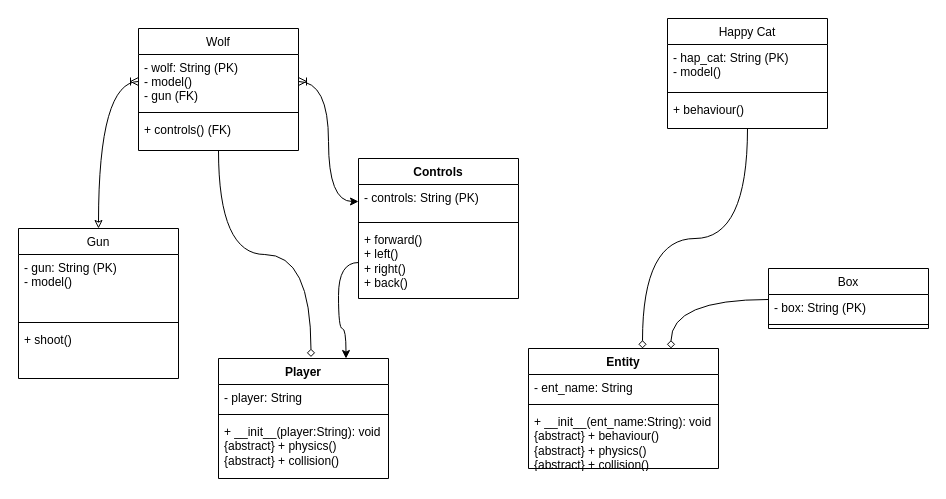
The draw.io diagram at1/Wolf+Cat.drawio in Cha0ticDawn/at1, before the edit. Source tidied: cells renumbered, new cells numbered last; positions are measured from the earlier drawing's top-left corner, leaving out a move shared by most shapes. Both pictures are drawn from the tidied source at 100%, with x=0, y=0 at pixel (18, 18).
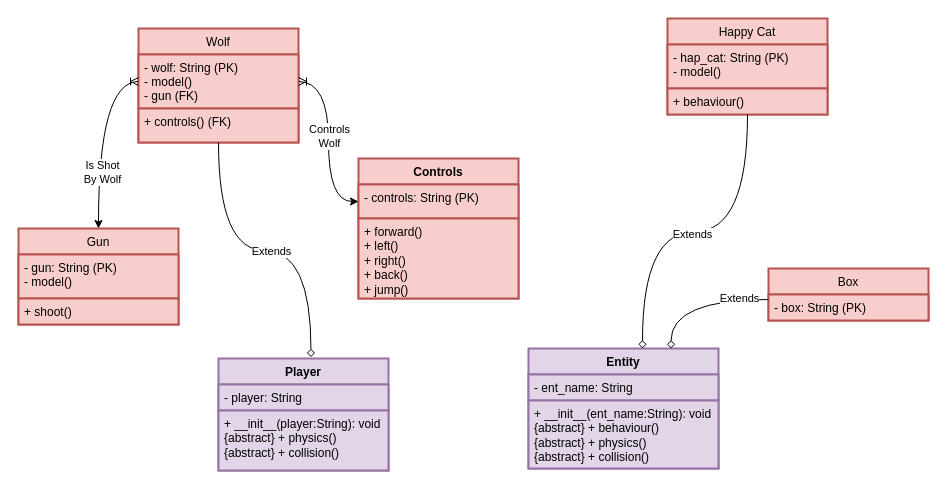
After the change.

The change refers to these unchanged cells:
```xml
<mxCell id="26" style="edgeStyle=orthogonalEdgeStyle;rounded=0;jettySize=auto;html=1;exitX=0.5;exitY=1;exitDx=0;exitDy=0;curved=1;endArrow=diamond;endFill=0;entryX=0.544;entryY=-0.012;entryDx=0;entryDy=0;entryPerimeter=0;" parent="1" edge="1" source="2" target="13">
  <mxGeometry relative="1" as="geometry" />
</mxCell>
<mxCell id="28" style="edgeStyle=orthogonalEdgeStyle;rounded=0;jettySize=auto;html=1;exitX=0;exitY=0.192;exitDx=0;exitDy=0;entryX=0.75;entryY=0;entryDx=0;entryDy=0;endArrow=diamond;endFill=0;curved=1;exitPerimeter=0;" parent="1" edge="1" source="7" target="17">
  <mxGeometry relative="1" as="geometry" />
</mxCell>
<mxCell id="34" style="edgeStyle=orthogonalEdgeStyle;rounded=0;jettySize=auto;html=1;exitX=0;exitY=0.5;exitDx=0;exitDy=0;entryX=1;entryY=0.5;entryDx=0;entryDy=0;endArrow=ERoneToMany;endFill=0;curved=1;startArrow=classic;startFill=1;" parent="1" edge="1" source="30" target="3">
  <mxGeometry relative="1" as="geometry" />
</mxCell>
```

The edit, as a diff of the source:
```diff
@@
-    <mxCell id="2" value="Wolf" style="swimlane;fontStyle=0;align=center;verticalAlign=top;horizontal=1;startSize=26;rounded=0;shadow=0;strokeWidth=1;" parent="1" vertex="1">
-      <mxGeometry x="120" y="10" width="160" height="122" as="geometry" />
+    <mxCell id="2" value="Wolf" style="swimlane;fontStyle=0;align=center;verticalAlign=top;horizontal=1;startSize=26;rounded=0;shadow=0;strokeWidth=2;fillColor=#f8cecc;strokeColor=#b85450;" parent="1" vertex="1">
+      <mxGeometry x="120" y="10" width="160" height="114" as="geometry" />
     </mxCell>
-    <mxCell id="3" value="- wolf: String (PK)&#10;- model()&#10;- gun (FK)" style="text;align=left;verticalAlign=top;spacingLeft=4;spacingRight=4;overflow=hidden;points=[[0,0.5],[1,0.5]];portConstraint=eastwest;" parent="2" vertex="1">
+    <mxCell id="3" value="- wolf: String (PK)&#10;- model()&#10;- gun (FK)" style="text;align=left;verticalAlign=top;spacingLeft=4;spacingRight=4;overflow=hidden;points=[[0,0.5],[1,0.5]];portConstraint=eastwest;fillColor=#f8cecc;strokeColor=#b85450;strokeWidth=2;" parent="2" vertex="1">
       <mxGeometry y="26" width="160" height="54" as="geometry" />
     </mxCell>
-    <mxCell id="4" style="line;html=1;strokeWidth=1;align=left;verticalAlign=middle;spacingTop=-1;spacingLeft=3;spacingRight=3;labelPosition=right;" parent="2" vertex="1">
-      <mxGeometry y="80" width="160" height="8" as="geometry" />
-    </mxCell>
-    <mxCell id="5" value="+ controls() (FK)" style="text;align=left;verticalAlign=top;spacingLeft=4;spacingRight=4;overflow=hidden;" parent="2" vertex="1">
-      <mxGeometry y="88" width="160" height="34" as="geometry" />
+    <mxCell id="5" value="+ controls() (FK)" style="text;align=left;verticalAlign=top;spacingLeft=4;spacingRight=4;overflow=hidden;fillColor=#f8cecc;strokeColor=#b85450;strokeWidth=2;" parent="2" vertex="1">
+      <mxGeometry y="80" width="160" height="34" as="geometry" />
     </mxCell>
-    <mxCell id="6" value="Box" style="swimlane;fontStyle=0;align=center;verticalAlign=top;horizontal=1;startSize=26;rounded=0;shadow=0;strokeWidth=1;" parent="1" vertex="1">
-      <mxGeometry x="750" y="250" width="160" height="60" as="geometry" />
+    <mxCell id="6" value="Box" style="swimlane;fontStyle=0;align=center;verticalAlign=top;horizontal=1;startSize=26;rounded=0;shadow=0;strokeWidth=2;fillColor=#f8cecc;strokeColor=#b85450;" parent="1" vertex="1">
+      <mxGeometry x="750" y="250" width="160" height="52" as="geometry" />
     </mxCell>
-    <mxCell id="7" value="- box: String (PK)" style="text;align=left;verticalAlign=top;spacingLeft=4;spacingRight=4;overflow=hidden;points=[[0,0.5],[1,0.5]];portConstraint=eastwest;" parent="6" vertex="1">
+    <mxCell id="7" value="- box: String (PK)" style="text;align=left;verticalAlign=top;spacingLeft=4;spacingRight=4;overflow=hidden;points=[[0,0.5],[1,0.5]];portConstraint=eastwest;fillColor=#f8cecc;strokeColor=#b85450;strokeWidth=2;" parent="6" vertex="1">
       <mxGeometry y="26" width="160" height="26" as="geometry" />
     </mxCell>
-    <mxCell id="8" style="line;html=1;strokeWidth=1;align=left;verticalAlign=middle;spacingTop=-1;spacingLeft=3;spacingRight=3;labelPosition=right;" parent="6" vertex="1">
-      <mxGeometry y="52" width="160" height="8" as="geometry" />
-    </mxCell>
-    <mxCell id="9" value="Happy Cat" style="swimlane;fontStyle=0;align=center;verticalAlign=top;horizontal=1;startSize=26;rounded=0;shadow=0;strokeWidth=1;" parent="1" vertex="1">
-      <mxGeometry x="649" width="160" height="110" as="geometry" />
+    <mxCell id="9" value="Happy Cat" style="swimlane;fontStyle=0;align=center;verticalAlign=top;horizontal=1;startSize=26;rounded=0;shadow=0;strokeWidth=2;fillColor=#f8cecc;strokeColor=#b85450;" parent="1" vertex="1">
+      <mxGeometry x="649" width="160" height="96" as="geometry" />
     </mxCell>
-    <mxCell id="10" value="- hap_cat: String (PK)&#10;- model()" style="text;align=left;verticalAlign=top;spacingLeft=4;spacingRight=4;overflow=hidden;" parent="9" vertex="1">
+    <mxCell id="10" value="- hap_cat: String (PK)&#10;- model()" style="text;align=left;verticalAlign=top;spacingLeft=4;spacingRight=4;overflow=hidden;fillColor=#f8cecc;strokeColor=#b85450;strokeWidth=2;" parent="9" vertex="1">
       <mxGeometry y="26" width="160" height="44" as="geometry" />
     </mxCell>
-    <mxCell id="11" style="line;html=1;strokeWidth=1;align=left;verticalAlign=middle;spacingTop=-1;spacingLeft=3;spacingRight=3;labelPosition=right;" parent="9" vertex="1">
-      <mxGeometry y="70" width="160" height="8" as="geometry" />
-    </mxCell>
-    <mxCell id="12" value="+ behaviour()" style="text;align=left;verticalAlign=top;spacingLeft=4;spacingRight=4;overflow=hidden;" parent="9" vertex="1">
-      <mxGeometry y="78" width="160" height="26" as="geometry" />
+    <mxCell id="12" value="+ behaviour()" style="text;align=left;verticalAlign=top;spacingLeft=4;spacingRight=4;overflow=hidden;fillColor=#f8cecc;strokeColor=#b85450;strokeWidth=2;" parent="9" vertex="1">
+      <mxGeometry y="70" width="160" height="26" as="geometry" />
     </mxCell>
-    <mxCell id="13" value="Player" style="swimlane;fontStyle=1;align=center;verticalAlign=top;horizontal=1;startSize=26;whiteSpace=wrap;html=1;" parent="1" vertex="1">
-      <mxGeometry x="200" y="340" width="170" height="120" as="geometry" />
+    <mxCell id="13" value="Player" style="swimlane;fontStyle=1;align=center;verticalAlign=top;horizontal=1;startSize=26;whiteSpace=wrap;html=1;swimlaneFillColor=default;fillColor=#e1d5e7;strokeColor=#9673a6;strokeWidth=2;" parent="1" vertex="1">
+      <mxGeometry x="200" y="340" width="170" height="112" as="geometry" />
     </mxCell>
-    <mxCell id="14" value="- player: String" style="text;strokeColor=none;fillColor=none;align=left;verticalAlign=top;spacingLeft=4;spacingRight=4;overflow=hidden;whiteSpace=wrap;html=1;" parent="13" vertex="1">
+    <mxCell id="14" value="- player: String" style="text;align=left;verticalAlign=top;spacingLeft=4;spacingRight=4;overflow=hidden;whiteSpace=wrap;html=1;swimlaneFillColor=default;fillColor=#e1d5e7;strokeColor=#9673a6;strokeWidth=2;" parent="13" vertex="1">
       <mxGeometry y="26" width="170" height="26" as="geometry" />
     </mxCell>
-    <mxCell id="15" style="line;strokeWidth=1;fillColor=none;align=left;verticalAlign=middle;spacingTop=-1;spacingLeft=3;spacingRight=3;labelPosition=right;strokeColor=inherit;" parent="13" vertex="1">
-      <mxGeometry y="52" width="170" height="8" as="geometry" />
-    </mxCell>
-    <mxCell id="16" value="+ __init__(player:String): void&lt;div&gt;&lt;div&gt;{abstract} + physics()&lt;/div&gt;&lt;div&gt;{abstract} + collision()&lt;/div&gt;&lt;/div&gt;" style="text;strokeColor=none;fillColor=none;align=left;verticalAlign=top;spacingLeft=4;spacingRight=4;overflow=hidden;whiteSpace=wrap;html=1;" parent="13" vertex="1">
-      <mxGeometry y="60" width="170" height="60" as="geometry" />
+    <mxCell id="16" value="+ __init__(player:String): void&lt;div&gt;&lt;div&gt;{abstract} + physics()&lt;/div&gt;&lt;div&gt;{abstract} + collision()&lt;/div&gt;&lt;/div&gt;" style="text;align=left;verticalAlign=top;spacingLeft=4;spacingRight=4;overflow=hidden;whiteSpace=wrap;html=1;swimlaneFillColor=default;fillColor=#e1d5e7;strokeColor=#9673a6;strokeWidth=2;" parent="13" vertex="1">
+      <mxGeometry y="52" width="170" height="60" as="geometry" />
     </mxCell>
-    <mxCell id="17" value="Entity" style="swimlane;fontStyle=1;align=center;verticalAlign=top;horizontal=1;startSize=26;whiteSpace=wrap;html=1;" parent="1" vertex="1">
+    <mxCell id="17" value="Entity" style="swimlane;fontStyle=1;align=center;verticalAlign=top;horizontal=1;startSize=26;whiteSpace=wrap;html=1;fillColor=#e1d5e7;strokeColor=#9673a6;strokeWidth=2;" parent="1" vertex="1">
       <mxGeometry x="510" y="330" width="190" height="120" as="geometry" />
     </mxCell>
-    <mxCell id="18" value="- ent_name: String" style="text;strokeColor=none;fillColor=none;align=left;verticalAlign=top;spacingLeft=4;spacingRight=4;overflow=hidden;whiteSpace=wrap;html=1;" parent="17" vertex="1">
+    <mxCell id="18" value="- ent_name: String" style="text;strokeColor=#9673a6;fillColor=#e1d5e7;align=left;verticalAlign=top;spacingLeft=4;spacingRight=4;overflow=hidden;whiteSpace=wrap;html=1;strokeWidth=2;" parent="17" vertex="1">
       <mxGeometry y="26" width="190" height="26" as="geometry" />
     </mxCell>
-    <mxCell id="19" style="line;strokeWidth=1;fillColor=none;align=left;verticalAlign=middle;spacingTop=-1;spacingLeft=3;spacingRight=3;labelPosition=right;strokeColor=inherit;" parent="17" vertex="1">
-      <mxGeometry y="52" width="190" height="8" as="geometry" />
-    </mxCell>
-    <mxCell id="20" value="+ __init__(ent_name:String): void&lt;div&gt;{abstract} + behaviour()&lt;/div&gt;&lt;div&gt;{abstract} + physics()&lt;/div&gt;&lt;div&gt;{abstract} + collision()&lt;/div&gt;" style="text;strokeColor=none;fillColor=none;align=left;verticalAlign=top;spacingLeft=4;spacingRight=4;overflow=hidden;whiteSpace=wrap;html=1;" parent="17" vertex="1">
-      <mxGeometry y="60" width="190" height="60" as="geometry" />
+    <mxCell id="20" value="+ __init__(ent_name:String): void&lt;div&gt;{abstract} + behaviour()&lt;/div&gt;&lt;div&gt;{abstract} + physics()&lt;/div&gt;&lt;div&gt;{abstract} + collision()&lt;/div&gt;" style="text;strokeColor=#9673a6;fillColor=#e1d5e7;align=left;verticalAlign=top;spacingLeft=4;spacingRight=4;overflow=hidden;whiteSpace=wrap;html=1;strokeWidth=2;" parent="17" vertex="1">
+      <mxGeometry y="52" width="190" height="68" as="geometry" />
     </mxCell>
-    <mxCell id="21" style="edgeStyle=orthogonalEdgeStyle;rounded=0;jettySize=auto;html=1;exitX=0.5;exitY=0;exitDx=0;exitDy=0;entryX=0;entryY=0.5;entryDx=0;entryDy=0;curved=1;endArrow=ERoneToMany;endFill=0;startArrow=classic;startFill=0;" parent="1" edge="1" source="22" target="3">
+    <mxCell id="21" style="edgeStyle=orthogonalEdgeStyle;rounded=0;jettySize=auto;html=1;exitX=0.5;exitY=0;exitDx=0;exitDy=0;entryX=0;entryY=0.5;entryDx=0;entryDy=0;curved=1;endArrow=ERoneToMany;endFill=0;startArrow=classic;startFill=1;" parent="1" edge="1" source="22" target="3">
       <mxGeometry relative="1" as="geometry" />
     </mxCell>
+    <mxCell id="35" value="Is Shot&lt;div&gt;By Wolf&lt;/div&gt;" style="edgeLabel;html=1;align=center;verticalAlign=middle;" parent="21" vertex="1">
+      <mxGeometry x="-0.39" y="-3" relative="1" as="geometry" />
+    </mxCell>
-    <mxCell id="22" value="Gun" style="swimlane;fontStyle=0;align=center;verticalAlign=top;horizontal=1;startSize=26;rounded=0;shadow=0;strokeWidth=1;" parent="1" vertex="1">
-      <mxGeometry y="210" width="160" height="150" as="geometry" />
+    <mxCell id="22" value="Gun" style="swimlane;fontStyle=0;align=center;verticalAlign=top;horizontal=1;startSize=26;rounded=0;shadow=0;strokeWidth=2;fillColor=#f8cecc;strokeColor=#b85450;" parent="1" vertex="1">
+      <mxGeometry y="210" width="160" height="96" as="geometry" />
     </mxCell>
-    <mxCell id="23" value="- gun: String (PK)&#10;- model()" style="text;align=left;verticalAlign=top;spacingLeft=4;spacingRight=4;overflow=hidden;" parent="22" vertex="1">
-      <mxGeometry y="26" width="160" height="64" as="geometry" />
+    <mxCell id="23" value="- gun: String (PK)&#10;- model()" style="text;align=left;verticalAlign=top;spacingLeft=4;spacingRight=4;overflow=hidden;fillColor=#f8cecc;strokeColor=#b85450;strokeWidth=2;" parent="22" vertex="1">
+      <mxGeometry y="26" width="160" height="44" as="geometry" />
     </mxCell>
-    <mxCell id="24" style="line;html=1;strokeWidth=1;align=left;verticalAlign=middle;spacingTop=-1;spacingLeft=3;spacingRight=3;labelPosition=right;" parent="22" vertex="1">
-      <mxGeometry y="90" width="160" height="8" as="geometry" />
-    </mxCell>
-    <mxCell id="25" value="+ shoot()" style="text;align=left;verticalAlign=top;spacingLeft=4;spacingRight=4;overflow=hidden;fontStyle=0;" parent="22" vertex="1">
-      <mxGeometry y="98" width="160" height="26" as="geometry" />
+    <mxCell id="25" value="+ shoot()" style="text;align=left;verticalAlign=top;spacingLeft=4;spacingRight=4;overflow=hidden;fontStyle=0;fillColor=#f8cecc;strokeColor=#b85450;strokeWidth=2;" parent="22" vertex="1">
+      <mxGeometry y="70" width="160" height="26" as="geometry" />
     </mxCell>
@@
+    <mxCell id="36" value="Extends" style="edgeLabel;html=1;align=center;verticalAlign=middle;" parent="26" vertex="1">
+      <mxGeometry x="0.04" relative="1" as="geometry" />
+    </mxCell>
-    <mxCell id="27" style="edgeStyle=orthogonalEdgeStyle;rounded=0;jettySize=auto;html=1;exitX=0.5;exitY=1;exitDx=0;exitDy=0;entryX=0.6;entryY=0;entryDx=0;entryDy=0;entryPerimeter=0;endArrow=diamond;endFill=0;curved=1;" parent="1" edge="1" source="9" target="17">
+    <mxCell id="27" style="edgeStyle=orthogonalEdgeStyle;rounded=0;jettySize=auto;html=1;exitX=0.5;exitY=1;exitDx=0;exitDy=0;entryX=0.6;entryY=0;entryDx=0;entryDy=0;entryPerimeter=0;endArrow=diamond;endFill=0;curved=1;flowAnimation=0;shadow=0;" parent="1" edge="1" source="9" target="17">
       <mxGeometry relative="1" as="geometry" />
     </mxCell>
+    <mxCell id="37" value="Extends" style="edgeLabel;html=1;align=center;verticalAlign=middle;" parent="27" vertex="1">
+      <mxGeometry x="0.02" y="2" relative="1" as="geometry" />
+    </mxCell>
@@
+    <mxCell id="38" value="Extends" style="edgeLabel;html=1;align=center;verticalAlign=middle;" parent="28" vertex="1">
+      <mxGeometry x="-0.17" y="2" relative="1" as="geometry">
+        <mxPoint x="31" y="-3" as="offset" />
+      </mxGeometry>
+    </mxCell>
-    <mxCell id="29" value="Controls" style="swimlane;fontStyle=1;align=center;verticalAlign=top;horizontal=1;startSize=26;whiteSpace=wrap;html=1;" parent="1" vertex="1">
+    <mxCell id="29" value="Controls" style="swimlane;fontStyle=1;align=center;verticalAlign=top;horizontal=1;startSize=26;whiteSpace=wrap;html=1;strokeWidth=2;fillColor=#f8cecc;strokeColor=#b85450;" parent="1" vertex="1">
       <mxGeometry x="340" y="140" width="160" height="140" as="geometry" />
     </mxCell>
-    <mxCell id="30" value="- controls: String (PK)" style="text;strokeColor=none;fillColor=none;align=left;verticalAlign=top;spacingLeft=4;spacingRight=4;overflow=hidden;points=[[0,0.5],[1,0.5]];portConstraint=eastwest;whiteSpace=wrap;html=1;" parent="29" vertex="1">
+    <mxCell id="30" value="- controls: String (PK)" style="text;strokeColor=#b85450;fillColor=#f8cecc;align=left;verticalAlign=top;spacingLeft=4;spacingRight=4;overflow=hidden;points=[[0,0.5],[1,0.5]];portConstraint=eastwest;whiteSpace=wrap;html=1;strokeWidth=2;" parent="29" vertex="1">
       <mxGeometry y="26" width="160" height="34" as="geometry" />
     </mxCell>
-    <mxCell id="31" style="line;strokeWidth=1;fillColor=none;align=left;verticalAlign=middle;spacingTop=-1;spacingLeft=3;spacingRight=3;labelPosition=right;strokeColor=inherit;" parent="29" vertex="1">
-      <mxGeometry y="60" width="160" height="8" as="geometry" />
-    </mxCell>
-    <mxCell id="32" value="&lt;div&gt;+ forward()&lt;/div&gt;&lt;div&gt;+ left()&lt;/div&gt;&lt;div&gt;+ right()&lt;/div&gt;&lt;div&gt;+ back()&lt;/div&gt;" style="text;strokeColor=none;fillColor=none;align=left;verticalAlign=top;spacingLeft=4;spacingRight=4;overflow=hidden;points=[[0,0.5],[1,0.5]];portConstraint=eastwest;whiteSpace=wrap;html=1;" parent="29" vertex="1">
-      <mxGeometry y="68" width="160" height="72" as="geometry" />
+    <mxCell id="32" value="&lt;div&gt;+ forward()&lt;/div&gt;&lt;div&gt;+ left()&lt;/div&gt;&lt;div&gt;+ right()&lt;/div&gt;&lt;div&gt;+ back()&lt;/div&gt;&lt;div&gt;+ jump()&lt;/div&gt;" style="text;strokeColor=#b85450;fillColor=#f8cecc;align=left;verticalAlign=top;spacingLeft=4;spacingRight=4;overflow=hidden;points=[[0,0.5],[1,0.5]];portConstraint=eastwest;whiteSpace=wrap;html=1;strokeWidth=2;" parent="29" vertex="1">
+      <mxGeometry y="60" width="160" height="80" as="geometry" />
     </mxCell>
-    <mxCell id="33" style="edgeStyle=orthogonalEdgeStyle;rounded=0;jettySize=auto;html=1;exitX=0;exitY=0.5;exitDx=0;exitDy=0;entryX=0.75;entryY=0;entryDx=0;entryDy=0;curved=1;" parent="1" edge="1" source="32" target="13">
-      <mxGeometry relative="1" as="geometry" />
-    </mxCell>
@@
+    <mxCell id="39" value="Controls&lt;div&gt;Wolf&lt;/div&gt;" style="edgeLabel;html=1;align=center;verticalAlign=middle;" parent="34" vertex="1">
+      <mxGeometry x="0.07" relative="1" as="geometry" />
+    </mxCell>
```
